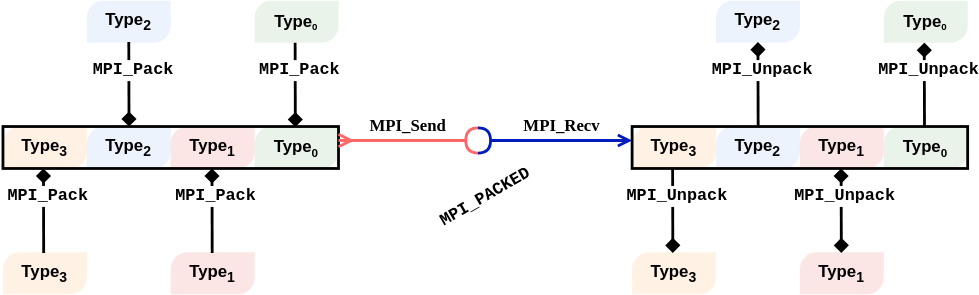
Earlier version of the draw.io export content/img/E01-pack_unpack.svg (ENCCS/intermediate-mpi). Source tidied: cells renumbered, new cells last; positions are measured from the earlier drawing's top-left corner, leaving out a move shared by most shapes. Its diagram source:
```xml
<mxGraphModel>
  <root>
    <mxCell id="0" />
    <mxCell id="1" parent="0" />
    <mxCell id="2" style="verticalLabelPosition=bottom;verticalAlign=top;html=1;shape=mxgraph.basic.diag_round_rect;dx=6;shadow=0;fillColor=#FFE6CC;opacity=50;fontFamily=Helvetica;strokeColor=none;" parent="1" vertex="1">
      <mxGeometry y="90" width="60" height="30" as="geometry" />
    </mxCell>
    <mxCell id="3" value="&lt;b&gt;Type&lt;sub&gt;3&lt;/sub&gt;&lt;/b&gt;" style="text;html=1;strokeColor=none;fillColor=none;align=center;verticalAlign=middle;whiteSpace=wrap;rounded=0;opacity=30;" parent="1" vertex="1">
      <mxGeometry x="10" y="95" width="40" height="20" as="geometry" />
    </mxCell>
    <mxCell id="4" value="&lt;font face=&quot;Courier New&quot; size=&quot;1&quot;&gt;&lt;b style=&quot;font-size: 12px&quot;&gt;MPI_PACKED&lt;/b&gt;&lt;/font&gt;" style="text;html=1;strokeColor=none;fillColor=none;align=center;verticalAlign=middle;whiteSpace=wrap;rounded=0;opacity=30;rotation=-30;" parent="1" vertex="1">
      <mxGeometry x="285" y="130" width="120" height="20" as="geometry" />
    </mxCell>
    <mxCell id="5" style="verticalLabelPosition=bottom;verticalAlign=top;html=1;shape=mxgraph.basic.diag_round_rect;dx=6;shadow=0;fillColor=#dae8fc;opacity=50;fontFamily=Helvetica;strokeColor=none;" parent="1" vertex="1">
      <mxGeometry x="60" y="90" width="60" height="30" as="geometry" />
    </mxCell>
    <mxCell id="6" value="&lt;b&gt;Type&lt;sub&gt;2&lt;/sub&gt;&lt;/b&gt;" style="text;html=1;strokeColor=none;fillColor=none;align=center;verticalAlign=middle;whiteSpace=wrap;rounded=0;opacity=30;" parent="1" vertex="1">
      <mxGeometry x="70" y="95" width="40" height="20" as="geometry" />
    </mxCell>
    <mxCell id="7" style="verticalLabelPosition=bottom;verticalAlign=top;html=1;shape=mxgraph.basic.diag_round_rect;dx=6;shadow=0;fillColor=#f8cecc;opacity=50;fontFamily=Helvetica;strokeColor=none;" parent="1" vertex="1">
      <mxGeometry x="120" y="90" width="60" height="30" as="geometry" />
    </mxCell>
    <mxCell id="8" value="&lt;b&gt;Type&lt;sub&gt;1&lt;/sub&gt;&lt;/b&gt;" style="text;html=1;strokeColor=none;fillColor=none;align=center;verticalAlign=middle;whiteSpace=wrap;rounded=0;opacity=30;" parent="1" vertex="1">
      <mxGeometry x="130" y="95" width="40" height="20" as="geometry" />
    </mxCell>
    <mxCell id="9" style="verticalLabelPosition=bottom;verticalAlign=top;html=1;shape=mxgraph.basic.diag_round_rect;dx=6;shadow=0;fillColor=#d5e8d4;opacity=50;fontFamily=Helvetica;strokeColor=none;" parent="1" vertex="1">
      <mxGeometry x="180" y="90" width="60" height="30" as="geometry" />
    </mxCell>
    <mxCell id="10" value="&lt;b&gt;Type&lt;span style=&quot;font-size: 10px&quot;&gt;&lt;sub&gt;0&lt;/sub&gt;&lt;/span&gt;&lt;/b&gt;" style="text;html=1;strokeColor=none;fillColor=none;align=center;verticalAlign=middle;whiteSpace=wrap;rounded=0;opacity=30;" parent="1" vertex="1">
      <mxGeometry x="190" y="95" width="40" height="20" as="geometry" />
    </mxCell>
    <mxCell id="11" style="rounded=0;whiteSpace=wrap;html=1;strokeWidth=2;fillColor=none;" parent="1" vertex="1">
      <mxGeometry y="90" width="240" height="30" as="geometry" />
    </mxCell>
    <mxCell id="12" value="&lt;font face=&quot;Fira Code&quot;&gt;&lt;b&gt;MPI_Send&lt;/b&gt;&lt;/font&gt;" style="text;html=1;strokeColor=none;fillColor=none;align=center;verticalAlign=middle;whiteSpace=wrap;rounded=0;shadow=0;fontFamily=Helvetica;opacity=50;" parent="1" vertex="1">
      <mxGeometry x="270" y="80" width="40" height="20" as="geometry" />
    </mxCell>
    <mxCell id="13" value="&lt;font face=&quot;Fira Code&quot;&gt;&lt;b&gt;MPI_Recv&lt;/b&gt;&lt;/font&gt;" style="text;html=1;strokeColor=none;fillColor=none;align=center;verticalAlign=middle;whiteSpace=wrap;rounded=0;shadow=0;fontFamily=Helvetica;opacity=50;" parent="1" vertex="1">
      <mxGeometry x="380" y="80" width="40" height="20" as="geometry" />
    </mxCell>
    <mxCell id="14" style="endArrow=halfCircle;html=1;strokeWidth=2;startArrow=ERmany;startFill=0;endFill=0;fillColor=#f8cecc;strokeColor=#FF6666;" parent="1" edge="1">
      <mxGeometry relative="1" as="geometry">
        <mxPoint x="240" y="100" as="sourcePoint" />
        <mxPoint x="340" y="100" as="targetPoint" />
      </mxGeometry>
    </mxCell>
    <mxCell id="15" style="endArrow=open;html=1;strokeWidth=2;startArrow=halfCircle;startFill=0;endFill=0;strokeColor=#001DBC;" parent="1" edge="1">
      <mxGeometry relative="1" as="geometry">
        <mxPoint x="339.8" y="100" as="sourcePoint" />
        <mxPoint x="450" y="100" as="targetPoint" />
      </mxGeometry>
    </mxCell>
    <mxCell id="16" style="verticalLabelPosition=bottom;verticalAlign=top;html=1;shape=mxgraph.basic.diag_round_rect;dx=6;shadow=0;fillColor=#FFE6CC;opacity=50;fontFamily=Helvetica;strokeColor=none;" parent="1" vertex="1">
      <mxGeometry y="180" width="60" height="30" as="geometry" />
    </mxCell>
    <mxCell id="17" value="&lt;b&gt;Type&lt;sub&gt;3&lt;/sub&gt;&lt;/b&gt;" style="text;html=1;strokeColor=none;fillColor=none;align=center;verticalAlign=middle;whiteSpace=wrap;rounded=0;opacity=30;" parent="1" vertex="1">
      <mxGeometry x="10" y="185" width="40" height="20" as="geometry" />
    </mxCell>
    <mxCell id="18" style="verticalLabelPosition=bottom;verticalAlign=top;html=1;shape=mxgraph.basic.diag_round_rect;dx=6;shadow=0;fillColor=#dae8fc;opacity=50;fontFamily=Helvetica;strokeColor=none;" parent="1" vertex="1">
      <mxGeometry x="60" width="60" height="30" as="geometry" />
    </mxCell>
    <mxCell id="19" value="&lt;b&gt;Type&lt;sub&gt;2&lt;/sub&gt;&lt;/b&gt;" style="text;html=1;strokeColor=none;fillColor=none;align=center;verticalAlign=middle;whiteSpace=wrap;rounded=0;opacity=30;" parent="1" vertex="1">
      <mxGeometry x="70" y="5" width="40" height="20" as="geometry" />
    </mxCell>
    <mxCell id="20" style="verticalLabelPosition=bottom;verticalAlign=top;html=1;shape=mxgraph.basic.diag_round_rect;dx=6;shadow=0;fillColor=#f8cecc;opacity=50;fontFamily=Helvetica;strokeColor=none;" parent="1" vertex="1">
      <mxGeometry x="120" y="180" width="60" height="30" as="geometry" />
    </mxCell>
    <mxCell id="21" value="&lt;b&gt;Type&lt;sub&gt;1&lt;/sub&gt;&lt;/b&gt;" style="text;html=1;strokeColor=none;fillColor=none;align=center;verticalAlign=middle;whiteSpace=wrap;rounded=0;opacity=30;" parent="1" vertex="1">
      <mxGeometry x="130" y="185" width="40" height="20" as="geometry" />
    </mxCell>
    <mxCell id="22" style="verticalLabelPosition=bottom;verticalAlign=top;html=1;shape=mxgraph.basic.diag_round_rect;dx=6;shadow=0;fillColor=#d5e8d4;opacity=50;fontFamily=Helvetica;strokeColor=none;" parent="1" vertex="1">
      <mxGeometry x="180" width="60" height="30" as="geometry" />
    </mxCell>
    <mxCell id="23" value="&lt;b&gt;Type&lt;span style=&quot;font-size: 8.33333px&quot;&gt;&lt;sub&gt;0&lt;/sub&gt;&lt;/span&gt;&lt;/b&gt;" style="text;html=1;strokeColor=none;fillColor=none;align=center;verticalAlign=middle;whiteSpace=wrap;rounded=0;opacity=30;" parent="1" vertex="1">
      <mxGeometry x="190" y="5" width="40" height="20" as="geometry" />
    </mxCell>
    <mxCell id="24" style="endArrow=diamond;html=1;strokeWidth=2;entryX=0.834;entryY=0.047;entryDx=0;entryDy=0;entryPerimeter=0;endFill=1;startArrow=none;startFill=0;" parent="1" edge="1">
      <mxGeometry relative="1" as="geometry">
        <mxPoint x="209" y="30" as="sourcePoint" />
        <mxPoint x="209.1" y="90.4" as="targetPoint" />
      </mxGeometry>
    </mxCell>
    <mxCell id="25" value="&lt;b&gt;&lt;font face=&quot;Courier New&quot; style=&quot;font-size: 12px&quot;&gt;MPI_Pack&lt;/font&gt;&lt;/b&gt;" style="edgeLabel;html=1;align=center;verticalAlign=middle;" parent="24" vertex="1">
      <mxGeometry x="-0.35" y="2" relative="1" as="geometry" />
    </mxCell>
    <mxCell id="26" style="endArrow=diamond;html=1;strokeWidth=2;entryX=0.834;entryY=0.047;entryDx=0;entryDy=0;entryPerimeter=0;endFill=1;" parent="1" edge="1">
      <mxGeometry relative="1" as="geometry">
        <mxPoint x="90" y="29.6" as="sourcePoint" />
        <mxPoint x="90.2" y="90" as="targetPoint" />
      </mxGeometry>
    </mxCell>
    <mxCell id="27" value="&lt;b&gt;&lt;font face=&quot;Courier New&quot; style=&quot;font-size: 12px&quot;&gt;MPI_Pack&lt;/font&gt;&lt;/b&gt;" style="edgeLabel;html=1;align=center;verticalAlign=middle;" parent="26" vertex="1">
      <mxGeometry x="-0.35" y="2" relative="1" as="geometry" />
    </mxCell>
    <mxCell id="28" style="endArrow=none;html=1;strokeWidth=2;entryX=0.834;entryY=0.047;entryDx=0;entryDy=0;entryPerimeter=0;endFill=0;startArrow=diamond;startFill=1;" parent="1" edge="1">
      <mxGeometry relative="1" as="geometry">
        <mxPoint x="29" y="120" as="sourcePoint" />
        <mxPoint x="29.1" y="180.4" as="targetPoint" />
      </mxGeometry>
    </mxCell>
    <mxCell id="29" value="&lt;b&gt;&lt;font face=&quot;Courier New&quot; style=&quot;font-size: 12px&quot;&gt;MPI_Pack&lt;/font&gt;&lt;/b&gt;" style="edgeLabel;html=1;align=center;verticalAlign=middle;" parent="28" vertex="1">
      <mxGeometry x="-0.35" y="2" relative="1" as="geometry" />
    </mxCell>
    <mxCell id="30" style="endArrow=none;html=1;strokeWidth=2;entryX=0.834;entryY=0.047;entryDx=0;entryDy=0;entryPerimeter=0;endFill=0;startArrow=diamond;startFill=1;" parent="1" edge="1">
      <mxGeometry relative="1" as="geometry">
        <mxPoint x="149.5" y="120" as="sourcePoint" />
        <mxPoint x="149.7" y="180.4" as="targetPoint" />
      </mxGeometry>
    </mxCell>
    <mxCell id="31" value="&lt;b&gt;&lt;font face=&quot;Courier New&quot; style=&quot;font-size: 12px&quot;&gt;MPI_Pack&lt;/font&gt;&lt;/b&gt;" style="edgeLabel;html=1;align=center;verticalAlign=middle;" parent="30" vertex="1">
      <mxGeometry x="-0.35" y="2" relative="1" as="geometry" />
    </mxCell>
    <mxCell id="32" style="verticalLabelPosition=bottom;verticalAlign=top;html=1;shape=mxgraph.basic.diag_round_rect;dx=6;shadow=0;fillColor=#FFE6CC;opacity=50;fontFamily=Helvetica;strokeColor=none;" parent="1" vertex="1">
      <mxGeometry x="450" y="90" width="60" height="30" as="geometry" />
    </mxCell>
    <mxCell id="33" value="&lt;b&gt;Type&lt;sub&gt;3&lt;/sub&gt;&lt;/b&gt;" style="text;html=1;strokeColor=none;fillColor=none;align=center;verticalAlign=middle;whiteSpace=wrap;rounded=0;opacity=30;" parent="1" vertex="1">
      <mxGeometry x="460" y="95" width="40" height="20" as="geometry" />
    </mxCell>
    <mxCell id="34" style="verticalLabelPosition=bottom;verticalAlign=top;html=1;shape=mxgraph.basic.diag_round_rect;dx=6;shadow=0;fillColor=#dae8fc;opacity=50;fontFamily=Helvetica;strokeColor=none;" parent="1" vertex="1">
      <mxGeometry x="510" y="90" width="60" height="30" as="geometry" />
    </mxCell>
    <mxCell id="35" value="&lt;b&gt;Type&lt;sub&gt;2&lt;/sub&gt;&lt;/b&gt;" style="text;html=1;strokeColor=none;fillColor=none;align=center;verticalAlign=middle;whiteSpace=wrap;rounded=0;opacity=30;" parent="1" vertex="1">
      <mxGeometry x="520" y="95" width="40" height="20" as="geometry" />
    </mxCell>
    <mxCell id="36" style="verticalLabelPosition=bottom;verticalAlign=top;html=1;shape=mxgraph.basic.diag_round_rect;dx=6;shadow=0;fillColor=#f8cecc;opacity=50;fontFamily=Helvetica;strokeColor=none;" parent="1" vertex="1">
      <mxGeometry x="570" y="90" width="60" height="30" as="geometry" />
    </mxCell>
    <mxCell id="37" value="&lt;b&gt;Type&lt;sub&gt;1&lt;/sub&gt;&lt;/b&gt;" style="text;html=1;strokeColor=none;fillColor=none;align=center;verticalAlign=middle;whiteSpace=wrap;rounded=0;opacity=30;" parent="1" vertex="1">
      <mxGeometry x="580" y="95" width="40" height="20" as="geometry" />
    </mxCell>
    <mxCell id="38" style="verticalLabelPosition=bottom;verticalAlign=top;html=1;shape=mxgraph.basic.diag_round_rect;dx=6;shadow=0;fillColor=#d5e8d4;opacity=50;fontFamily=Helvetica;strokeColor=none;" parent="1" vertex="1">
      <mxGeometry x="630" y="90" width="60" height="30" as="geometry" />
    </mxCell>
    <mxCell id="39" value="&lt;b&gt;Type&lt;span style=&quot;font-size: 10px&quot;&gt;&lt;sub&gt;0&lt;/sub&gt;&lt;/span&gt;&lt;/b&gt;" style="text;html=1;strokeColor=none;fillColor=none;align=center;verticalAlign=middle;whiteSpace=wrap;rounded=0;opacity=30;" parent="1" vertex="1">
      <mxGeometry x="640" y="95" width="40" height="20" as="geometry" />
    </mxCell>
    <mxCell id="40" style="rounded=0;whiteSpace=wrap;html=1;strokeWidth=2;fillColor=none;" parent="1" vertex="1">
      <mxGeometry x="450" y="90" width="240" height="30" as="geometry" />
    </mxCell>
    <mxCell id="41" style="verticalLabelPosition=bottom;verticalAlign=top;html=1;shape=mxgraph.basic.diag_round_rect;dx=6;shadow=0;fillColor=#FFE6CC;opacity=50;fontFamily=Helvetica;strokeColor=none;" parent="1" vertex="1">
      <mxGeometry x="450" y="180" width="60" height="30" as="geometry" />
    </mxCell>
    <mxCell id="42" value="&lt;b&gt;Type&lt;sub&gt;3&lt;/sub&gt;&lt;/b&gt;" style="text;html=1;strokeColor=none;fillColor=none;align=center;verticalAlign=middle;whiteSpace=wrap;rounded=0;opacity=30;" parent="1" vertex="1">
      <mxGeometry x="460" y="185" width="40" height="20" as="geometry" />
    </mxCell>
    <mxCell id="43" style="verticalLabelPosition=bottom;verticalAlign=top;html=1;shape=mxgraph.basic.diag_round_rect;dx=6;shadow=0;fillColor=#dae8fc;opacity=50;fontFamily=Helvetica;strokeColor=none;" parent="1" vertex="1">
      <mxGeometry x="510" width="60" height="30" as="geometry" />
    </mxCell>
    <mxCell id="44" value="&lt;b&gt;Type&lt;sub&gt;2&lt;/sub&gt;&lt;/b&gt;" style="text;html=1;strokeColor=none;fillColor=none;align=center;verticalAlign=middle;whiteSpace=wrap;rounded=0;opacity=30;" parent="1" vertex="1">
      <mxGeometry x="520" y="5" width="40" height="20" as="geometry" />
    </mxCell>
    <mxCell id="45" style="verticalLabelPosition=bottom;verticalAlign=top;html=1;shape=mxgraph.basic.diag_round_rect;dx=6;shadow=0;fillColor=#f8cecc;opacity=50;fontFamily=Helvetica;strokeColor=none;" parent="1" vertex="1">
      <mxGeometry x="570" y="180" width="60" height="30" as="geometry" />
    </mxCell>
    <mxCell id="46" value="&lt;b&gt;Type&lt;sub&gt;1&lt;/sub&gt;&lt;/b&gt;" style="text;html=1;strokeColor=none;fillColor=none;align=center;verticalAlign=middle;whiteSpace=wrap;rounded=0;opacity=30;" parent="1" vertex="1">
      <mxGeometry x="580" y="185" width="40" height="20" as="geometry" />
    </mxCell>
    <mxCell id="47" style="verticalLabelPosition=bottom;verticalAlign=top;html=1;shape=mxgraph.basic.diag_round_rect;dx=6;shadow=0;fillColor=#d5e8d4;opacity=50;fontFamily=Helvetica;strokeColor=none;" parent="1" vertex="1">
      <mxGeometry x="630" width="60" height="30" as="geometry" />
    </mxCell>
    <mxCell id="48" value="&lt;b&gt;Type&lt;span style=&quot;font-size: 8.33333px&quot;&gt;&lt;sub&gt;0&lt;/sub&gt;&lt;/span&gt;&lt;/b&gt;" style="text;html=1;strokeColor=none;fillColor=none;align=center;verticalAlign=middle;whiteSpace=wrap;rounded=0;opacity=30;" parent="1" vertex="1">
      <mxGeometry x="640" y="5" width="40" height="20" as="geometry" />
    </mxCell>
    <mxCell id="49" style="endArrow=none;html=1;strokeWidth=2;entryX=0.834;entryY=0.047;entryDx=0;entryDy=0;entryPerimeter=0;endFill=0;startArrow=diamond;startFill=1;" parent="1" edge="1">
      <mxGeometry relative="1" as="geometry">
        <mxPoint x="659" y="30" as="sourcePoint" />
        <mxPoint x="659.1" y="90.4" as="targetPoint" />
      </mxGeometry>
    </mxCell>
    <mxCell id="50" value="&lt;b&gt;&lt;font face=&quot;Courier New&quot; style=&quot;font-size: 12px&quot;&gt;MPI_Unpack&lt;/font&gt;&lt;/b&gt;" style="edgeLabel;html=1;align=center;verticalAlign=middle;" parent="49" vertex="1">
      <mxGeometry x="-0.35" y="2" relative="1" as="geometry" />
    </mxCell>
    <mxCell id="51" style="endArrow=none;html=1;strokeWidth=2;entryX=0.834;entryY=0.047;entryDx=0;entryDy=0;entryPerimeter=0;endFill=0;startArrow=diamond;startFill=1;" parent="1" edge="1">
      <mxGeometry relative="1" as="geometry">
        <mxPoint x="540" y="29.6" as="sourcePoint" />
        <mxPoint x="540.2" y="90" as="targetPoint" />
      </mxGeometry>
    </mxCell>
    <mxCell id="52" value="&lt;b&gt;&lt;font face=&quot;Courier New&quot; style=&quot;font-size: 12px&quot;&gt;MPI_Unpack&lt;/font&gt;&lt;/b&gt;" style="edgeLabel;html=1;align=center;verticalAlign=middle;" parent="51" vertex="1">
      <mxGeometry x="-0.35" y="2" relative="1" as="geometry" />
    </mxCell>
    <mxCell id="53" style="endArrow=diamond;html=1;strokeWidth=2;entryX=0.834;entryY=0.047;entryDx=0;entryDy=0;entryPerimeter=0;endFill=1;startArrow=none;startFill=0;" parent="1" edge="1">
      <mxGeometry relative="1" as="geometry">
        <mxPoint x="479" y="120" as="sourcePoint" />
        <mxPoint x="479.1" y="180.4" as="targetPoint" />
      </mxGeometry>
    </mxCell>
    <mxCell id="54" value="&lt;b&gt;&lt;font face=&quot;Courier New&quot; style=&quot;font-size: 12px&quot;&gt;MPI_Unpack&lt;/font&gt;&lt;/b&gt;" style="edgeLabel;html=1;align=center;verticalAlign=middle;" parent="53" vertex="1">
      <mxGeometry x="-0.35" y="2" relative="1" as="geometry" />
    </mxCell>
    <mxCell id="55" style="endArrow=diamond;html=1;strokeWidth=2;entryX=0.834;entryY=0.047;entryDx=0;entryDy=0;entryPerimeter=0;endFill=1;startArrow=diamond;startFill=1;" parent="1" edge="1">
      <mxGeometry relative="1" as="geometry">
        <mxPoint x="599.5" y="120" as="sourcePoint" />
        <mxPoint x="599.7" y="180.4" as="targetPoint" />
      </mxGeometry>
    </mxCell>
    <mxCell id="56" value="&lt;b&gt;&lt;font face=&quot;Courier New&quot; style=&quot;font-size: 12px&quot;&gt;MPI_Unpack&lt;/font&gt;&lt;/b&gt;" style="edgeLabel;html=1;align=center;verticalAlign=middle;" parent="55" vertex="1">
      <mxGeometry x="-0.35" y="2" relative="1" as="geometry" />
    </mxCell>
  </root>
</mxGraphModel>
```
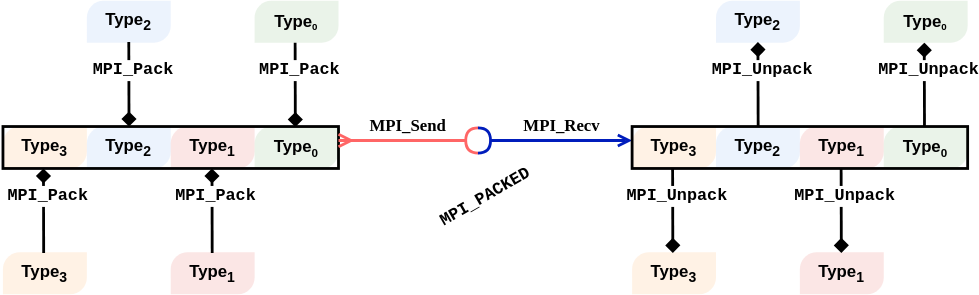
Later version of the same file.

Diff of the diagram source:
```diff
@@ -188,7 +188,7 @@
     <mxCell id="54" value="&lt;b&gt;&lt;font face=&quot;Courier New&quot; style=&quot;font-size: 12px&quot;&gt;MPI_Unpack&lt;/font&gt;&lt;/b&gt;" style="edgeLabel;html=1;align=center;verticalAlign=middle;" parent="53" vertex="1">
       <mxGeometry x="-0.35" y="2" relative="1" as="geometry" />
     </mxCell>
-    <mxCell id="55" style="endArrow=diamond;html=1;strokeWidth=2;entryX=0.834;entryY=0.047;entryDx=0;entryDy=0;entryPerimeter=0;endFill=1;startArrow=diamond;startFill=1;" parent="1" edge="1">
+    <mxCell id="55" style="endArrow=diamond;html=1;strokeWidth=2;entryX=0.834;entryY=0.047;entryDx=0;entryDy=0;entryPerimeter=0;endFill=1;startArrow=none;startFill=0;" parent="1" edge="1">
       <mxGeometry relative="1" as="geometry">
         <mxPoint x="599.5" y="120" as="sourcePoint" />
         <mxPoint x="599.7" y="180.4" as="targetPoint" />
```
